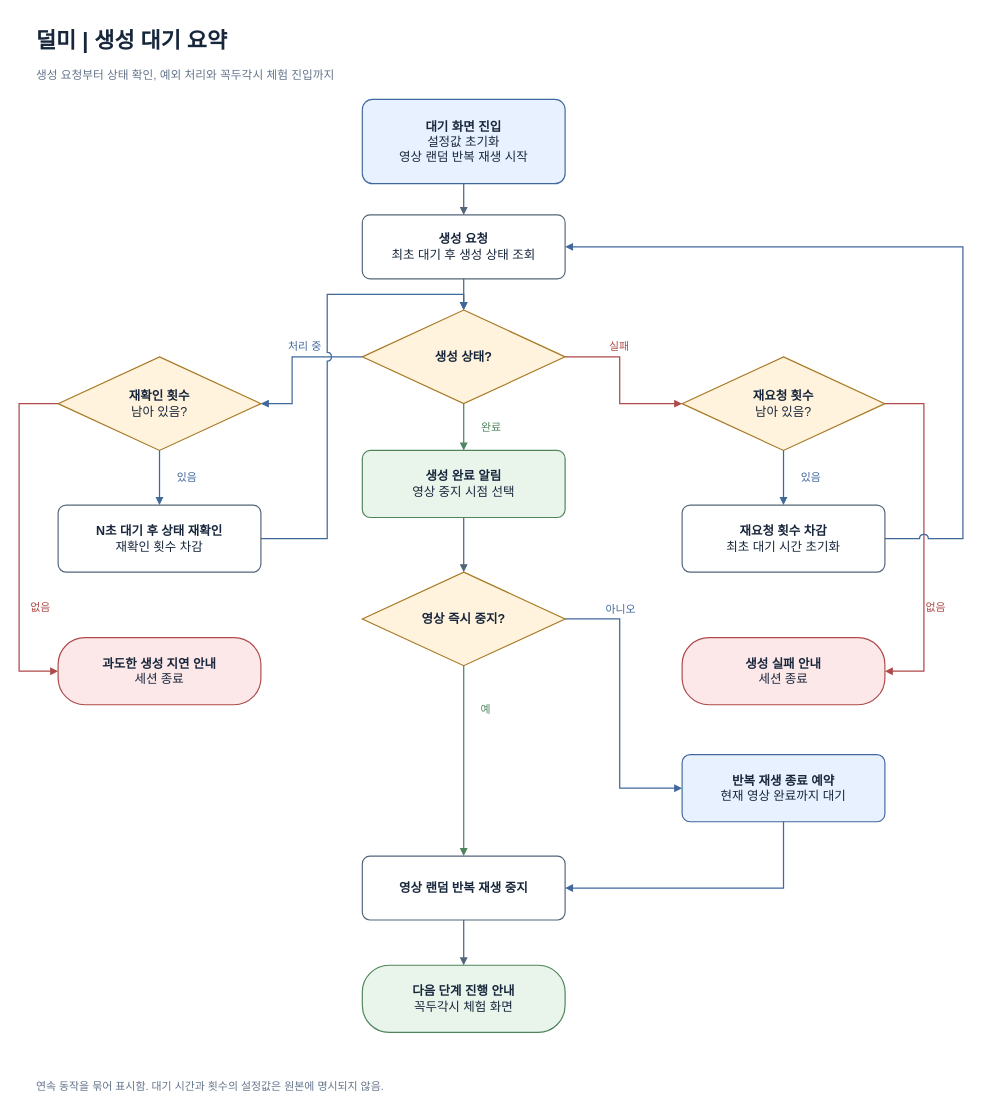
company-cellbig/kocca30 keeps this draw.io diagram as assets/시범콘텐츠/꼭두각시/덜미-생성 대기 요약.drawio.xml. Above is the earlier version. Source tidied: cells renumbered, new cells numbered last; positions are measured from the earlier drawing's top-left corner, leaving out a move shared by most shapes. Both pictures are drawn from the tidied source at 78%, with x=0, y=0 at pixel (19, 21).
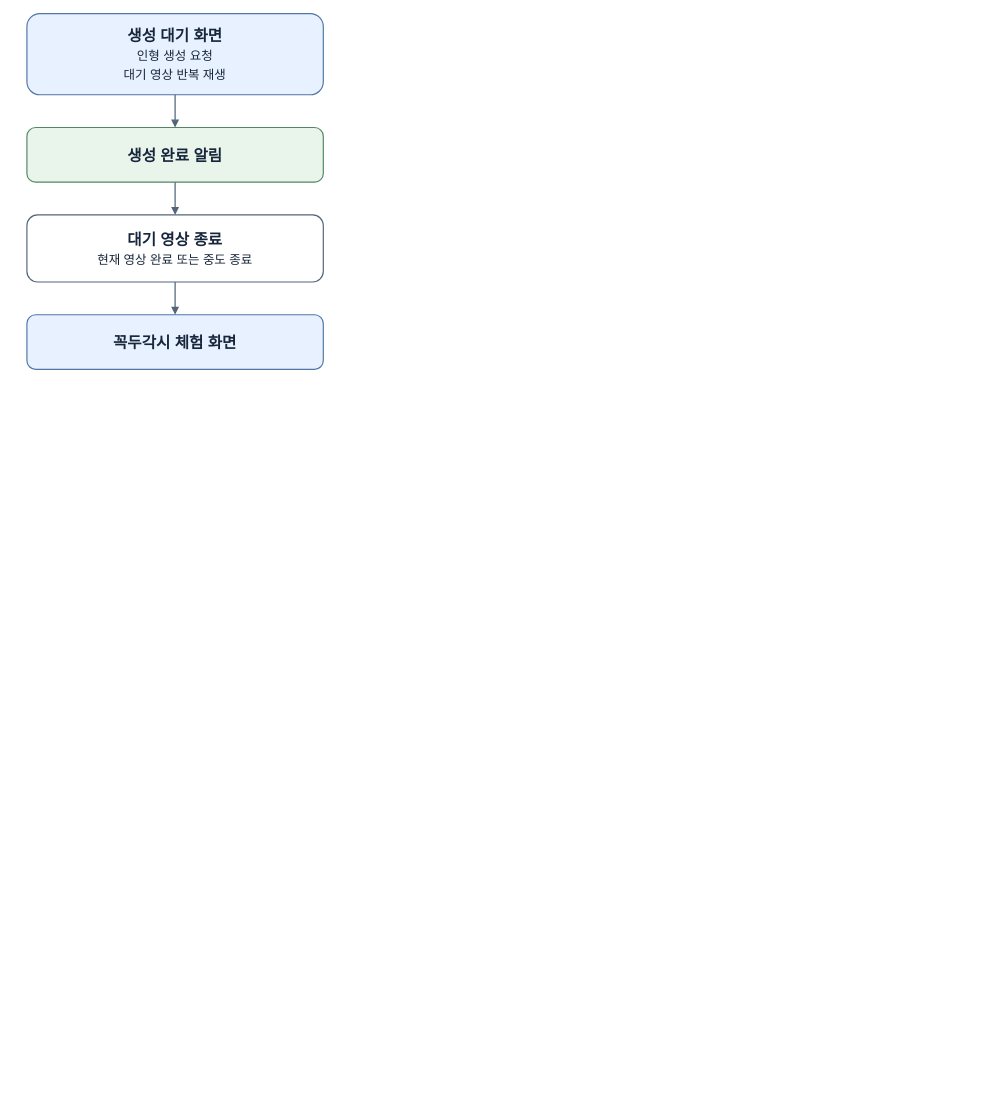
After the change.

What changed in the source:
```diff
@@
-    <mxCell id="2" value="&lt;b&gt;대기 화면 진입&lt;/b&gt;&lt;br&gt;설정값 초기화&lt;br&gt;영상 랜덤 반복 재생 시작" style="whiteSpace=wrap;html=1;fontFamily=Malgun Gothic;fontSize=16;fontColor=#17263B;align=center;verticalAlign=middle;spacing=12;strokeWidth=1.5;fillColor=#E8F1FF;strokeColor=#41689D;rounded=1;arcSize=12;" parent="1" vertex="1">
-      <mxGeometry x="440" y="100" width="260" height="108" as="geometry" />
-    </mxCell>
-    <mxCell id="3" value="&lt;b&gt;생성 요청&lt;/b&gt;&lt;br&gt;최초 대기 후 생성 상태 조회" style="whiteSpace=wrap;html=1;fontFamily=Malgun Gothic;fontSize=16;fontColor=#17263B;align=center;verticalAlign=middle;spacing=12;strokeWidth=1.5;fillColor=#FFFFFF;strokeColor=#53657A;rounded=1;arcSize=12;" parent="1" vertex="1">
-      <mxGeometry x="440" y="248" width="260" height="82" as="geometry" />
-    </mxCell>
-    <mxCell id="4" value="&lt;b&gt;생성 상태?&lt;/b&gt;" style="whiteSpace=wrap;html=1;fontFamily=Malgun Gothic;fontSize=16;fontColor=#17263B;align=center;verticalAlign=middle;spacing=12;strokeWidth=1.5;fillColor=#FFF3DD;strokeColor=#A97923;rhombus;perimeter=rhombusPerimeter;" parent="1" vertex="1">
-      <mxGeometry x="440" y="370" width="260" height="120" as="geometry" />
-    </mxCell>
-    <mxCell id="5" value="&lt;b&gt;재확인 횟수&lt;/b&gt;&lt;br&gt;남아 있음?" style="whiteSpace=wrap;html=1;fontFamily=Malgun Gothic;fontSize=16;fontColor=#17263B;align=center;verticalAlign=middle;spacing=12;strokeWidth=1.5;fillColor=#FFF3DD;strokeColor=#A97923;rhombus;perimeter=rhombusPerimeter;" parent="1" vertex="1">
-      <mxGeometry x="50" y="430" width="260" height="120" as="geometry" />
-    </mxCell>
-    <mxCell id="6" value="&lt;b&gt;N초 대기 후 상태 재확인&lt;/b&gt;&lt;br&gt;재확인 횟수 차감" style="whiteSpace=wrap;html=1;fontFamily=Malgun Gothic;fontSize=16;fontColor=#17263B;align=center;verticalAlign=middle;spacing=12;strokeWidth=1.5;fillColor=#FFFFFF;strokeColor=#53657A;rounded=1;arcSize=12;" parent="1" vertex="1">
-      <mxGeometry x="50" y="620" width="260" height="86" as="geometry" />
-    </mxCell>
-    <mxCell id="7" value="&lt;b&gt;과도한 생성 지연 안내&lt;/b&gt;&lt;br&gt;세션 종료" style="whiteSpace=wrap;html=1;fontFamily=Malgun Gothic;fontSize=16;fontColor=#17263B;align=center;verticalAlign=middle;spacing=12;strokeWidth=1.5;fillColor=#FCE8E8;strokeColor=#AE4A4A;rounded=1;arcSize=40;" parent="1" vertex="1">
-      <mxGeometry x="50" y="790" width="260" height="86" as="geometry" />
-    </mxCell>
-    <mxCell id="8" value="&lt;b&gt;재요청 횟수&lt;/b&gt;&lt;br&gt;남아 있음?" style="whiteSpace=wrap;html=1;fontFamily=Malgun Gothic;fontSize=16;fontColor=#17263B;align=center;verticalAlign=middle;spacing=12;strokeWidth=1.5;fillColor=#FFF3DD;strokeColor=#A97923;rhombus;perimeter=rhombusPerimeter;" parent="1" vertex="1">
-      <mxGeometry x="850" y="430" width="260" height="120" as="geometry" />
-    </mxCell>
-    <mxCell id="9" value="&lt;b&gt;재요청 횟수 차감&lt;/b&gt;&lt;br&gt;최초 대기 시간 초기화" style="whiteSpace=wrap;html=1;fontFamily=Malgun Gothic;fontSize=16;fontColor=#17263B;align=center;verticalAlign=middle;spacing=12;strokeWidth=1.5;fillColor=#FFFFFF;strokeColor=#53657A;rounded=1;arcSize=12;" parent="1" vertex="1">
-      <mxGeometry x="850" y="620" width="260" height="86" as="geometry" />
-    </mxCell>
-    <mxCell id="10" value="&lt;b&gt;생성 실패 안내&lt;/b&gt;&lt;br&gt;세션 종료" style="whiteSpace=wrap;html=1;fontFamily=Malgun Gothic;fontSize=16;fontColor=#17263B;align=center;verticalAlign=middle;spacing=12;strokeWidth=1.5;fillColor=#FCE8E8;strokeColor=#AE4A4A;rounded=1;arcSize=40;" parent="1" vertex="1">
-      <mxGeometry x="850" y="790" width="260" height="86" as="geometry" />
-    </mxCell>
+    <mxCell id="35" value="&lt;b&gt;생성 대기 화면&lt;/b&gt;&lt;br&gt;&lt;span style=&quot;font-size:16px&quot;&gt;인형 생성 요청&lt;br&gt;대기 영상 반복 재생&lt;/span&gt;" style="rounded=1;arcSize=16;whiteSpace=wrap;html=1;align=center;verticalAlign=middle;spacing=10;fontFamily=Malgun Gothic;fontSize=20;fontColor=#17263B;strokeWidth=1.5;fillColor=#E8F1FF;strokeColor=#5076A5;" parent="1" vertex="1">
+      <mxGeometry x="10" y="-10" width="380" height="104" as="geometry" />
+    </mxCell>
-    <mxCell id="11" value="&lt;b&gt;생성 완료 알림&lt;/b&gt;&lt;br&gt;영상 중지 시점 선택" style="whiteSpace=wrap;html=1;fontFamily=Malgun Gothic;fontSize=16;fontColor=#17263B;align=center;verticalAlign=middle;spacing=12;strokeWidth=1.5;fillColor=#E9F5EB;strokeColor=#4F855D;rounded=1;arcSize=12;" parent="1" vertex="1">
-      <mxGeometry x="440" y="550" width="260" height="86" as="geometry" />
+    <mxCell id="11" value="&lt;b&gt;생성 완료 알림&lt;/b&gt;" style="rounded=1;arcSize=16;whiteSpace=wrap;html=1;align=center;verticalAlign=middle;spacing=10;fontFamily=Malgun Gothic;fontSize=20;fontColor=#17263B;strokeWidth=1.5;fillColor=#E9F5EB;strokeColor=#548566;" parent="1" vertex="1">
+      <mxGeometry x="10" y="136" width="380" height="70" as="geometry" />
     </mxCell>
-    <mxCell id="12" value="&lt;b&gt;영상 즉시 중지?&lt;/b&gt;" style="whiteSpace=wrap;html=1;fontFamily=Malgun Gothic;fontSize=16;fontColor=#17263B;align=center;verticalAlign=middle;spacing=12;strokeWidth=1.5;fillColor=#FFF3DD;strokeColor=#A97923;rhombus;perimeter=rhombusPerimeter;" parent="1" vertex="1">
-      <mxGeometry x="440" y="706" width="260" height="120" as="geometry" />
-    </mxCell>
-    <mxCell id="13" value="&lt;b&gt;반복 재생 종료 예약&lt;/b&gt;&lt;br&gt;현재 영상 완료까지 대기" style="whiteSpace=wrap;html=1;fontFamily=Malgun Gothic;fontSize=16;fontColor=#17263B;align=center;verticalAlign=middle;spacing=12;strokeWidth=1.5;fillColor=#E8F1FF;strokeColor=#41689D;rounded=1;arcSize=12;" parent="1" vertex="1">
-      <mxGeometry x="850" y="940" width="260" height="86" as="geometry" />
-    </mxCell>
-    <mxCell id="14" value="&lt;b&gt;영상 랜덤 반복 재생 중지&lt;/b&gt;" style="whiteSpace=wrap;html=1;fontFamily=Malgun Gothic;fontSize=16;fontColor=#17263B;align=center;verticalAlign=middle;spacing=12;strokeWidth=1.5;fillColor=#FFFFFF;strokeColor=#53657A;rounded=1;arcSize=12;" parent="1" vertex="1">
-      <mxGeometry x="440" y="1070" width="260" height="82" as="geometry" />
-    </mxCell>
+    <mxCell id="36" value="&lt;b&gt;대기 영상 종료&lt;/b&gt;&lt;br&gt;&lt;span style=&quot;font-size:16px&quot;&gt;현재 영상 완료 또는 중도 종료&lt;/span&gt;" style="rounded=1;arcSize=16;whiteSpace=wrap;html=1;align=center;verticalAlign=middle;spacing=10;fontFamily=Malgun Gothic;fontSize=20;fontColor=#17263B;strokeWidth=1.5;fillColor=#FFFFFF;strokeColor=#53657A;" parent="1" vertex="1">
+      <mxGeometry x="10" y="248" width="380" height="86" as="geometry" />
+    </mxCell>
-    <mxCell id="15" value="&lt;b&gt;다음 단계 진행 안내&lt;/b&gt;&lt;br&gt;꼭두각시 체험 화면" style="whiteSpace=wrap;html=1;fontFamily=Malgun Gothic;fontSize=16;fontColor=#17263B;align=center;verticalAlign=middle;spacing=12;strokeWidth=1.5;fillColor=#E9F5EB;strokeColor=#4F855D;rounded=1;arcSize=40;" parent="1" vertex="1">
-      <mxGeometry x="440" y="1210" width="260" height="86" as="geometry" />
+    <mxCell id="15" value="&lt;b&gt;꼭두각시 체험 화면&lt;/b&gt;" style="rounded=1;arcSize=16;whiteSpace=wrap;html=1;align=center;verticalAlign=middle;spacing=10;fontFamily=Malgun Gothic;fontSize=20;fontColor=#17263B;strokeWidth=1.5;fillColor=#E8F1FF;strokeColor=#5076A5;" parent="1" vertex="1">
+      <mxGeometry x="10" y="376" width="380" height="70" as="geometry" />
     </mxCell>
-    <mxCell id="16" style="edgeStyle=orthogonalEdgeStyle;rounded=0;jettySize=auto;html=1;endArrow=block;endFill=1;strokeWidth=1.6;strokeColor=#53657A;fontFamily=Malgun Gothic;fontSize=14;fontColor=#53657A;labelBackgroundColor=#FFFFFF;jumpStyle=arc;jumpSize=10;exitX=0.5;exitY=1;exitDx=0;exitDy=0;entryX=0.5;entryY=0;entryDx=0;entryDy=0;" parent="1" edge="1" source="2" target="3">
+    <mxCell id="16" style="edgeStyle=orthogonalEdgeStyle;rounded=0;html=1;endArrow=block;endFill=1;strokeWidth=1.6;strokeColor=#53657A;exitX=0.5;exitY=1;entryX=0.5;entryY=0;" parent="1" edge="1" source="35" target="11">
       <mxGeometry relative="1" as="geometry" />
     </mxCell>
-    <mxCell id="17" style="edgeStyle=orthogonalEdgeStyle;rounded=0;jettySize=auto;html=1;endArrow=block;endFill=1;strokeWidth=1.6;strokeColor=#53657A;fontFamily=Malgun Gothic;fontSize=14;fontColor=#53657A;labelBackgroundColor=#FFFFFF;jumpStyle=arc;jumpSize=10;exitX=0.5;exitY=1;exitDx=0;exitDy=0;entryX=0.5;entryY=0;entryDx=0;entryDy=0;" parent="1" edge="1" source="3" target="4">
+    <mxCell id="17" style="edgeStyle=orthogonalEdgeStyle;rounded=0;html=1;endArrow=block;endFill=1;strokeWidth=1.6;strokeColor=#53657A;exitX=0.5;exitY=1;entryX=0.5;entryY=0;" parent="1" edge="1" source="11" target="36">
       <mxGeometry relative="1" as="geometry" />
     </mxCell>
-    <mxCell id="18" value="처리 중" style="edgeStyle=orthogonalEdgeStyle;rounded=0;jettySize=auto;html=1;endArrow=block;endFill=1;strokeWidth=1.6;strokeColor=#41689D;fontFamily=Malgun Gothic;fontSize=14;fontColor=#41689D;labelBackgroundColor=#FFFFFF;jumpStyle=arc;jumpSize=10;exitX=0;exitY=0.5;exitDx=0;exitDy=0;entryX=1;entryY=0.5;entryDx=0;entryDy=0;" parent="1" edge="1" source="4" target="5">
-      <mxGeometry relative="1" as="geometry">
-        <Array as="points">
-          <mxPoint x="350" y="430" />
-          <mxPoint x="350" y="490" />
-        </Array>
-        <mxPoint x="16" y="-18" as="offset" />
-      </mxGeometry>
+    <mxCell id="18" style="edgeStyle=orthogonalEdgeStyle;rounded=0;html=1;endArrow=block;endFill=1;strokeWidth=1.6;strokeColor=#53657A;exitX=0.5;exitY=1;entryX=0.5;entryY=0;" parent="1" edge="1" source="36" target="15">
+      <mxGeometry relative="1" as="geometry" />
     </mxCell>
-    <mxCell id="19" value="실패" style="edgeStyle=orthogonalEdgeStyle;rounded=0;jettySize=auto;html=1;endArrow=block;endFill=1;strokeWidth=1.6;strokeColor=#AE4A4A;fontFamily=Malgun Gothic;fontSize=14;fontColor=#AE4A4A;labelBackgroundColor=#FFFFFF;jumpStyle=arc;jumpSize=10;exitX=1;exitY=0.5;exitDx=0;exitDy=0;entryX=0;entryY=0.5;entryDx=0;entryDy=0;" parent="1" edge="1" source="4" target="8">
-      <mxGeometry relative="1" as="geometry">
-        <Array as="points">
-          <mxPoint x="770" y="430" />
-          <mxPoint x="770" y="490" />
-        </Array>
-        <mxPoint x="-1" y="-48" as="offset" />
-      </mxGeometry>
-    </mxCell>
-    <mxCell id="20" value="완료" style="edgeStyle=orthogonalEdgeStyle;rounded=0;jettySize=auto;html=1;endArrow=block;endFill=1;strokeWidth=1.6;strokeColor=#4F855D;fontFamily=Malgun Gothic;fontSize=14;fontColor=#4F855D;labelBackgroundColor=#FFFFFF;jumpStyle=arc;jumpSize=10;exitX=0.5;exitY=1;exitDx=0;exitDy=0;entryX=0.5;entryY=0;entryDx=0;entryDy=0;" parent="1" edge="1" source="4" target="11">
-      <mxGeometry relative="1" as="geometry">
-        <mxPoint x="35" as="offset" />
-      </mxGeometry>
-    </mxCell>
-    <mxCell id="21" value="있음" style="edgeStyle=orthogonalEdgeStyle;rounded=0;jettySize=auto;html=1;endArrow=block;endFill=1;strokeWidth=1.6;strokeColor=#41689D;fontFamily=Malgun Gothic;fontSize=14;fontColor=#41689D;labelBackgroundColor=#FFFFFF;jumpStyle=arc;jumpSize=10;exitX=0.5;exitY=1;exitDx=0;exitDy=0;entryX=0.5;entryY=0;entryDx=0;entryDy=0;" parent="1" edge="1" source="5" target="6">
-      <mxGeometry relative="1" as="geometry">
-        <mxPoint x="35" as="offset" />
-      </mxGeometry>
-    </mxCell>
-    <mxCell id="22" value="없음" style="edgeStyle=orthogonalEdgeStyle;rounded=0;jettySize=auto;html=1;endArrow=block;endFill=1;strokeWidth=1.6;strokeColor=#AE4A4A;fontFamily=Malgun Gothic;fontSize=14;fontColor=#AE4A4A;labelBackgroundColor=#FFFFFF;jumpStyle=arc;jumpSize=10;exitX=0;exitY=0.5;exitDx=0;exitDy=0;entryX=0;entryY=0.5;entryDx=0;entryDy=0;" parent="1" edge="1" source="5" target="7">
-      <mxGeometry relative="1" as="geometry">
-        <Array as="points">
-          <mxPoint y="490" />
-          <mxPoint y="833" />
-        </Array>
-        <mxPoint x="27" y="88.5" as="offset" />
-      </mxGeometry>
-    </mxCell>
-    <mxCell id="23" style="edgeStyle=orthogonalEdgeStyle;rounded=0;jettySize=auto;html=1;endArrow=block;endFill=1;strokeWidth=1.6;strokeColor=#41689D;fontFamily=Malgun Gothic;fontSize=14;fontColor=#41689D;labelBackgroundColor=#FFFFFF;jumpStyle=arc;jumpSize=10;exitX=1;exitY=0.5;exitDx=0;exitDy=0;entryX=0.5;entryY=0;entryDx=0;entryDy=0;" parent="1" edge="1" source="6" target="4">
-      <mxGeometry relative="1" as="geometry">
-        <Array as="points">
-          <mxPoint x="395" y="663" />
-          <mxPoint x="395" y="350" />
-          <mxPoint x="570" y="350" />
-        </Array>
-      </mxGeometry>
-    </mxCell>
-    <mxCell id="24" value="있음" style="edgeStyle=orthogonalEdgeStyle;rounded=0;jettySize=auto;html=1;endArrow=block;endFill=1;strokeWidth=1.6;strokeColor=#41689D;fontFamily=Malgun Gothic;fontSize=14;fontColor=#41689D;labelBackgroundColor=#FFFFFF;jumpStyle=arc;jumpSize=10;exitX=0.5;exitY=1;exitDx=0;exitDy=0;entryX=0.5;entryY=0;entryDx=0;entryDy=0;" parent="1" edge="1" source="8" target="9">
-      <mxGeometry relative="1" as="geometry">
-        <mxPoint x="35" as="offset" />
-      </mxGeometry>
-    </mxCell>
-    <mxCell id="25" value="없음" style="edgeStyle=orthogonalEdgeStyle;rounded=0;jettySize=auto;html=1;endArrow=block;endFill=1;strokeWidth=1.6;strokeColor=#AE4A4A;fontFamily=Malgun Gothic;fontSize=14;fontColor=#AE4A4A;labelBackgroundColor=#FFFFFF;jumpStyle=arc;jumpSize=10;exitX=1;exitY=0.5;exitDx=0;exitDy=0;entryX=1;entryY=0.5;entryDx=0;entryDy=0;" parent="1" edge="1" source="8" target="10">
-      <mxGeometry relative="1" as="geometry">
-        <Array as="points">
-          <mxPoint x="1160" y="490" />
-          <mxPoint x="1160" y="833" />
-        </Array>
-        <mxPoint x="15" y="88.5" as="offset" />
-      </mxGeometry>
-    </mxCell>
-    <mxCell id="26" style="edgeStyle=orthogonalEdgeStyle;rounded=0;jettySize=auto;html=1;endArrow=block;endFill=1;strokeWidth=1.6;strokeColor=#41689D;fontFamily=Malgun Gothic;fontSize=14;fontColor=#41689D;labelBackgroundColor=#FFFFFF;jumpStyle=arc;jumpSize=10;exitX=1;exitY=0.5;exitDx=0;exitDy=0;entryX=1;entryY=0.5;entryDx=0;entryDy=0;" parent="1" edge="1" source="9" target="3">
-      <mxGeometry relative="1" as="geometry">
-        <Array as="points">
-          <mxPoint x="1210" y="663" />
-          <mxPoint x="1210" y="289" />
-        </Array>
-      </mxGeometry>
-    </mxCell>
-    <mxCell id="27" style="edgeStyle=orthogonalEdgeStyle;rounded=0;jettySize=auto;html=1;endArrow=block;endFill=1;strokeWidth=1.6;strokeColor=#53657A;fontFamily=Malgun Gothic;fontSize=14;fontColor=#53657A;labelBackgroundColor=#FFFFFF;jumpStyle=arc;jumpSize=10;exitX=0.5;exitY=1;exitDx=0;exitDy=0;entryX=0.5;entryY=0;entryDx=0;entryDy=0;" parent="1" edge="1" source="11" target="12">
-      <mxGeometry relative="1" as="geometry" />
-    </mxCell>
-    <mxCell id="28" value="예" style="edgeStyle=orthogonalEdgeStyle;rounded=0;jettySize=auto;html=1;endArrow=block;endFill=1;strokeWidth=1.6;strokeColor=#4F855D;fontFamily=Malgun Gothic;fontSize=14;fontColor=#4F855D;labelBackgroundColor=#FFFFFF;jumpStyle=arc;jumpSize=10;exitX=0.5;exitY=1;exitDx=0;exitDy=0;entryX=0.5;entryY=0;entryDx=0;entryDy=0;" parent="1" edge="1" source="12" target="14">
-      <mxGeometry relative="1" as="geometry">
-        <mxPoint x="28" y="-66" as="offset" />
-      </mxGeometry>
-    </mxCell>
-    <mxCell id="29" value="아니오" style="edgeStyle=orthogonalEdgeStyle;rounded=0;jettySize=auto;html=1;endArrow=block;endFill=1;strokeWidth=1.6;strokeColor=#41689D;fontFamily=Malgun Gothic;fontSize=14;fontColor=#41689D;labelBackgroundColor=#FFFFFF;jumpStyle=arc;jumpSize=10;exitX=1;exitY=0.5;exitDx=0;exitDy=0;entryX=0;entryY=0.5;entryDx=0;entryDy=0;" parent="1" edge="1" source="12" target="13">
-      <mxGeometry relative="1" as="geometry">
-        <Array as="points">
-          <mxPoint x="770" y="766" />
-          <mxPoint x="770" y="983" />
-        </Array>
-        <mxPoint x="1" y="-126.5" as="offset" />
-      </mxGeometry>
-    </mxCell>
-    <mxCell id="30" style="edgeStyle=orthogonalEdgeStyle;rounded=0;jettySize=auto;html=1;endArrow=block;endFill=1;strokeWidth=1.6;strokeColor=#41689D;fontFamily=Malgun Gothic;fontSize=14;fontColor=#41689D;labelBackgroundColor=#FFFFFF;jumpStyle=arc;jumpSize=10;exitX=0.5;exitY=1;exitDx=0;exitDy=0;entryX=1;entryY=0.5;entryDx=0;entryDy=0;" parent="1" edge="1" source="13" target="14">
-      <mxGeometry relative="1" as="geometry">
-        <Array as="points">
-          <mxPoint x="980" y="1111" />
-        </Array>
-      </mxGeometry>
-    </mxCell>
-    <mxCell id="31" style="edgeStyle=orthogonalEdgeStyle;rounded=0;jettySize=auto;html=1;endArrow=block;endFill=1;strokeWidth=1.6;strokeColor=#53657A;fontFamily=Malgun Gothic;fontSize=14;fontColor=#53657A;labelBackgroundColor=#FFFFFF;jumpStyle=arc;jumpSize=10;exitX=0.5;exitY=1;exitDx=0;exitDy=0;entryX=0.5;entryY=0;entryDx=0;entryDy=0;" parent="1" edge="1" source="14" target="15">
-      <mxGeometry relative="1" as="geometry" />
-    </mxCell>
-    <mxCell id="32" value="덜미 | 생성 대기 요약" style="text;html=0;whiteSpace=wrap;align=left;verticalAlign=middle;strokeColor=none;fillColor=none;fontFamily=Malgun Gothic;fontSize=28;fontColor=#17263B;fontStyle=1;" parent="1" vertex="1">
-      <mxGeometry x="20" width="1180" height="48" as="geometry" />
-    </mxCell>
-    <mxCell id="33" value="생성 요청부터 상태 확인, 예외 처리와 꼭두각시 체험 진입까지" style="text;html=0;whiteSpace=wrap;align=left;verticalAlign=middle;strokeColor=none;fillColor=none;fontFamily=Malgun Gothic;fontSize=15;fontColor=#64748B;fontStyle=0;" parent="1" vertex="1">
-      <mxGeometry x="20" y="56" width="1180" height="24" as="geometry" />
-    </mxCell>
-    <mxCell id="34" value="연속 동작을 묶어 표시함. 대기 시간과 횟수의 설정값은 원본에 명시되지 않음." style="text;html=0;whiteSpace=wrap;align=left;verticalAlign=middle;strokeColor=none;fillColor=none;fontFamily=Malgun Gothic;fontSize=14;fontColor=#64748B;fontStyle=0;" parent="1" vertex="1">
-      <mxGeometry x="20" y="1350" width="1180" height="30" as="geometry" />
-    </mxCell>
```
